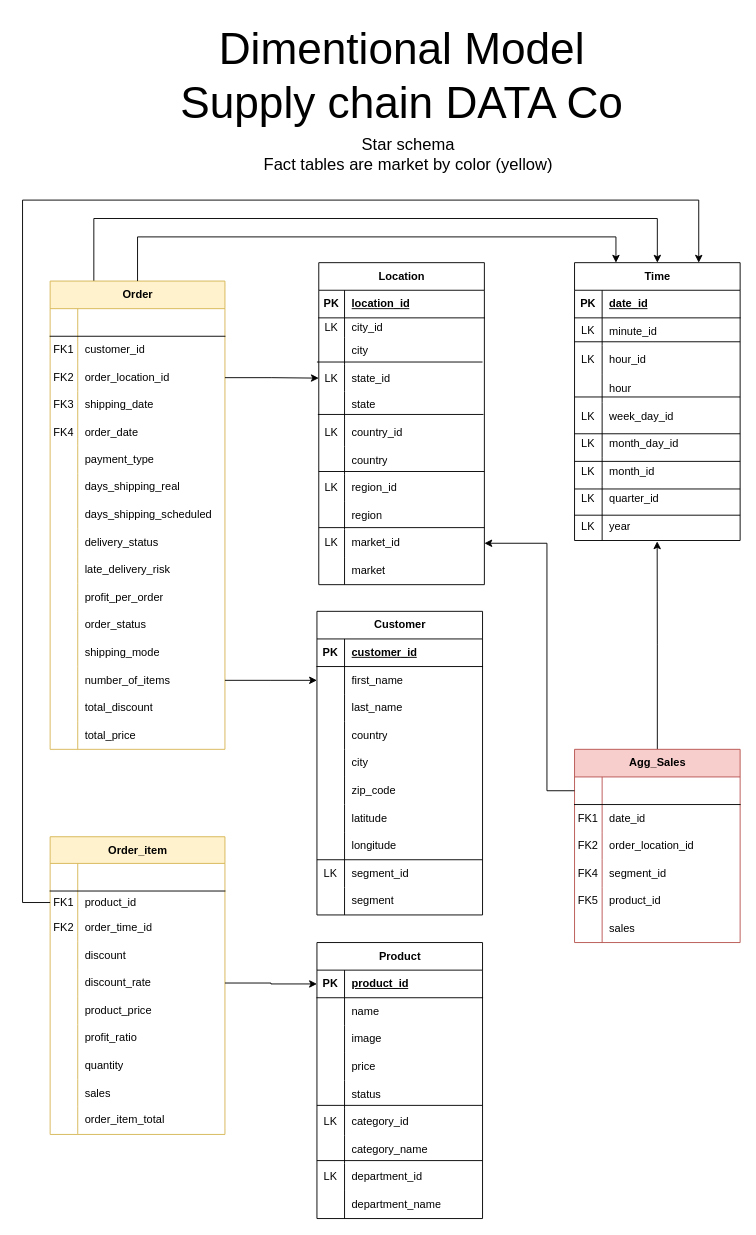
Earlier version of the draw.io diagram Model-designs/dimensional.drawio (crdsteixeira/DW_project). Source tidied: cells renumbered, new cells numbered last; positions are measured from the earlier drawing's top-left corner, leaving out a move shared by most shapes. Both pictures are drawn from the tidied source at 92%, with x=0, y=0 at pixel (22, 16).
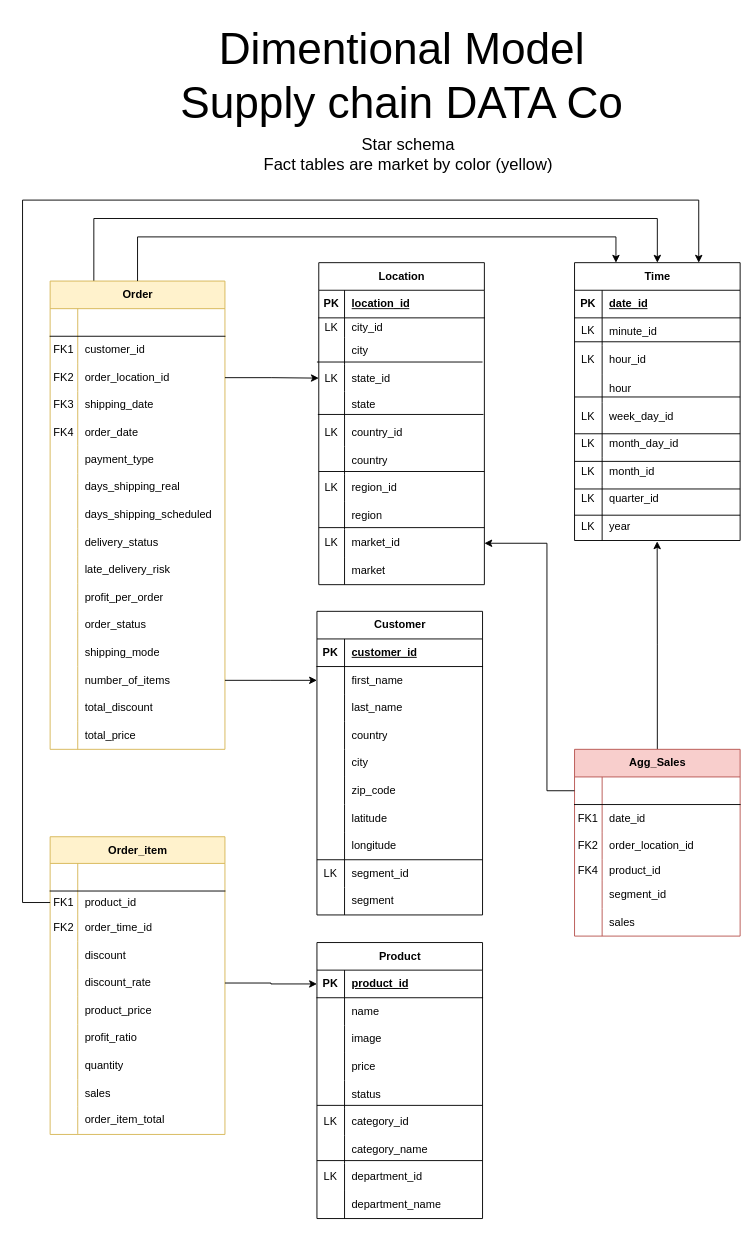
Above is the later version.

Change to the diagram source:
```diff
@@
     <mxCell id="84" value="Agg_Sales" style="shape=table;startSize=30;childLayout=tableLayout;rowLines=0;fontStyle=1;align=center;html=1;fillColor=#f8cecc;strokeColor=#b85450;" parent="1" vertex="1">
-      <mxGeometry x="600" y="797" width="180" height="210" as="geometry" />
+      <mxGeometry x="600" y="797" width="180" height="203" as="geometry" />
     </mxCell>
@@
+    <mxCell id="249" style="shape=tableRow;horizontal=0;startSize=0;swimlaneHead=0;swimlaneBody=0;fillColor=none;top=0;left=0;right=0;bottom=0;" parent="84" vertex="1">
+      <mxGeometry y="120" width="180" height="23" as="geometry" />
+    </mxCell>
+    <mxCell id="250" value="FK4" style="shape=partialRectangle;fillColor=none;top=0;left=0;bottom=0;right=0;overflow=hidden;whiteSpace=wrap;html=1;" parent="249" vertex="1">
+      <mxGeometry width="30" height="23" as="geometry" />
+    </mxCell>
+    <mxCell id="99" value="product_id" style="shape=partialRectangle;fillColor=none;top=0;left=0;bottom=0;right=0;align=left;spacingLeft=6;overflow=hidden;whiteSpace=wrap;html=1;strokeColor=#FF0019;fontColor=#000000;" parent="249" vertex="1">
+      <mxGeometry x="30" width="150" height="23" as="geometry" />
+    </mxCell>
     <mxCell id="94" style="shape=tableRow;horizontal=0;startSize=0;swimlaneHead=0;swimlaneBody=0;fillColor=none;top=0;left=0;right=0;bottom=0;" parent="84" vertex="1">
-      <mxGeometry y="120" width="180" height="30" as="geometry" />
+      <mxGeometry y="143" width="180" height="30" as="geometry" />
     </mxCell>
-    <mxCell id="95" value="FK4" style="shape=partialRectangle;fillColor=none;top=0;left=0;bottom=0;right=0;overflow=hidden;whiteSpace=wrap;html=1;" parent="94" vertex="1">
+    <mxCell id="95" style="shape=partialRectangle;fillColor=none;top=0;left=0;bottom=0;right=0;overflow=hidden;whiteSpace=wrap;html=1;" parent="94" vertex="1">
       <mxGeometry width="30" height="30" as="geometry" />
     </mxCell>
@@
-    <mxCell id="97" style="shape=tableRow;horizontal=0;startSize=0;swimlaneHead=0;swimlaneBody=0;fillColor=none;top=0;left=0;right=0;bottom=0;" parent="84" vertex="1">
-      <mxGeometry y="150" width="180" height="30" as="geometry" />
-    </mxCell>
-    <mxCell id="98" value="FK5" style="shape=partialRectangle;fillColor=none;top=0;left=0;bottom=0;right=0;overflow=hidden;whiteSpace=wrap;html=1;" parent="97" vertex="1">
-      <mxGeometry width="30" height="30" as="geometry" />
-    </mxCell>
-    <mxCell id="99" value="product_id" style="shape=partialRectangle;fillColor=none;top=0;left=0;bottom=0;right=0;align=left;spacingLeft=6;overflow=hidden;whiteSpace=wrap;html=1;strokeColor=#FF0019;fontColor=#000000;" parent="97" vertex="1">
-      <mxGeometry x="30" width="150" height="30" as="geometry" />
-    </mxCell>
     <mxCell id="100" style="shape=tableRow;horizontal=0;startSize=0;swimlaneHead=0;swimlaneBody=0;fillColor=none;top=0;left=0;right=0;bottom=0;" parent="84" vertex="1">
-      <mxGeometry y="180" width="180" height="30" as="geometry" />
+      <mxGeometry y="173" width="180" height="30" as="geometry" />
     </mxCell>
```
